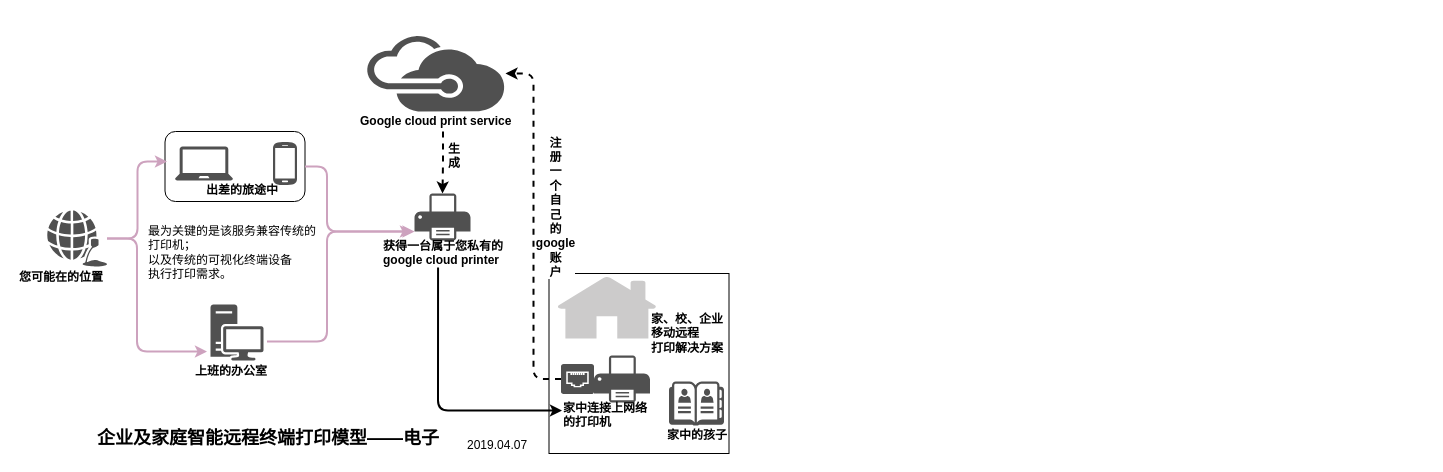
Before: 大童保险服务.drawio in UTOUUCENTER-CD/draw.io, a draw.io diagram. Source tidied: cells renumbered, new cells numbered last; positions are measured from the earlier drawing's top-left corner, leaving out a move shared by most shapes. Both pictures are drawn from the tidied source at 100%, with x=0, y=0 at pixel (17, 35).
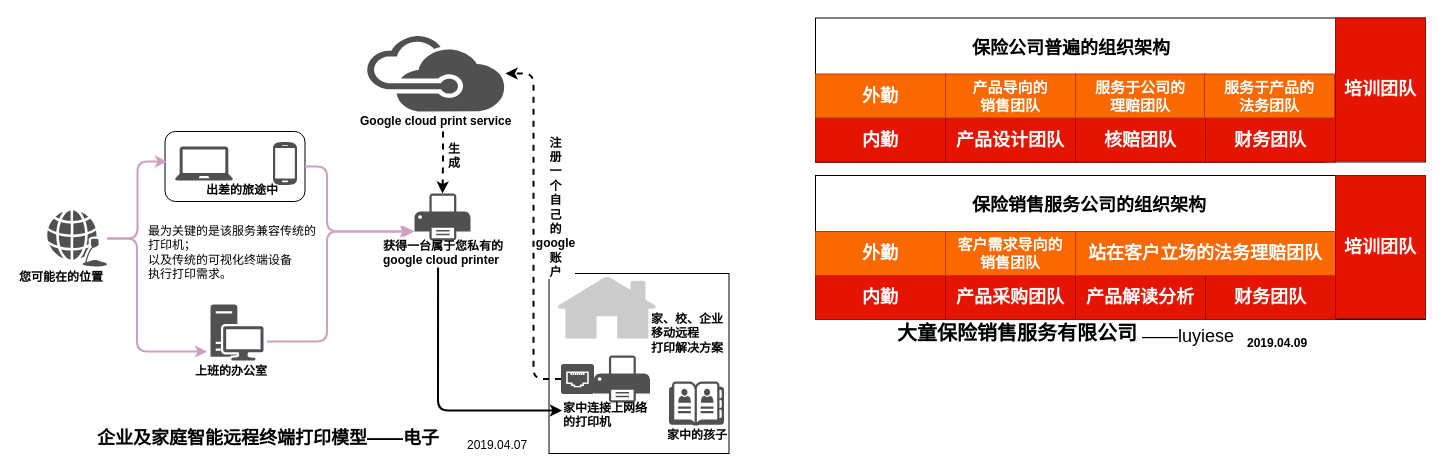
The same page after the edit.

Commit message:
Update 大童保险服务.drawio

Diff of the diagram source:
```diff
@@
+    <mxCell id="43" style="group;" parent="1" vertex="1">
+      <mxGeometry x="798" y="-17.5" width="610" height="335" as="geometry" />
+    </mxCell>
+    <mxCell id="44" value="&lt;span&gt;&lt;font style=&quot;font-size: 20px&quot;&gt;&lt;b&gt;大童保险销售服务有限公司&lt;/b&gt;&lt;/font&gt;&lt;/span&gt;" style="text;html=1;align=left;verticalAlign=top;spacingTop=-4;fontSize=20;" parent="43" vertex="1">
+      <mxGeometry x="80" y="300" width="260" height="30" as="geometry" />
+    </mxCell>
+    <mxCell id="45" value="&lt;font style=&quot;font-size: 18px&quot;&gt;——luyiese&lt;/font&gt;" style="text;html=1;align=left;verticalAlign=top;spacingTop=-4;" parent="43" vertex="1">
+      <mxGeometry x="325" y="305" width="110" height="20" as="geometry" />
+    </mxCell>
+    <mxCell id="46" value="&lt;b&gt;2019.04.09&lt;/b&gt;" style="text;html=1;align=left;verticalAlign=top;spacingTop=-4;" parent="43" vertex="1">
+      <mxGeometry x="430" y="315" width="80" height="20" as="geometry" />
+    </mxCell>
+    <mxCell id="47" style="group;" parent="43" vertex="1">
+      <mxGeometry width="610" height="301.5" as="geometry" />
+    </mxCell>
+    <mxCell id="48" style="group;" parent="47" vertex="1">
+      <mxGeometry width="610" height="144" as="geometry" />
+    </mxCell>
+    <mxCell id="49" style="rounded=0;whiteSpace=wrap;html=1;fontStyle=1;" parent="48" vertex="1">
+      <mxGeometry width="610" height="144" as="geometry" />
+    </mxCell>
+    <mxCell id="50" style="rounded=0;whiteSpace=wrap;html=1;fontStyle=1;" parent="48" vertex="1">
+      <mxGeometry y="100" width="510" height="44" as="geometry" />
+    </mxCell>
+    <mxCell id="51" value="&lt;font style=&quot;font-size: 18px&quot;&gt;内勤&lt;/font&gt;" style="rounded=0;whiteSpace=wrap;html=1;fillColor=#e51400;strokeColor=#B20000;fontColor=#ffffff;fontStyle=1;" parent="48" vertex="1">
+      <mxGeometry y="100" width="130" height="44" as="geometry" />
+    </mxCell>
+    <mxCell id="52" value="&lt;font style=&quot;font-size: 18px&quot;&gt;产品设计团队&lt;/font&gt;" style="rounded=0;whiteSpace=wrap;html=1;fillColor=#e51400;strokeColor=#B20000;fontColor=#ffffff;fontStyle=1;" parent="48" vertex="1">
+      <mxGeometry x="130" y="100" width="130" height="44" as="geometry" />
+    </mxCell>
+    <mxCell id="53" value="&lt;font style=&quot;font-size: 18px&quot;&gt;核赔团队&lt;/font&gt;" style="rounded=0;whiteSpace=wrap;html=1;fillColor=#e51400;strokeColor=#B20000;fontColor=#ffffff;fontStyle=1;" parent="48" vertex="1">
+      <mxGeometry x="260" y="100" width="130" height="44" as="geometry" />
+    </mxCell>
+    <mxCell id="54" value="&lt;font style=&quot;font-size: 18px&quot;&gt;财务团队&lt;/font&gt;" style="rounded=0;whiteSpace=wrap;html=1;fillColor=#e51400;strokeColor=#B20000;fontColor=#ffffff;fontStyle=1;fontSize=15;" parent="48" vertex="1">
+      <mxGeometry x="390" y="100" width="130" height="44" as="geometry" />
+    </mxCell>
+    <mxCell id="55" value="&lt;font style=&quot;font-size: 18px&quot;&gt;外勤&lt;/font&gt;" style="rounded=0;whiteSpace=wrap;html=1;fillColor=#fa6800;strokeColor=#C73500;fontColor=#ffffff;fontStyle=1;" parent="48" vertex="1">
+      <mxGeometry y="56" width="130" height="44" as="geometry" />
+    </mxCell>
+    <mxCell id="56" value="&lt;font style=&quot;font-size: 15px&quot;&gt;产品导向的&lt;br&gt;销售团队&lt;/font&gt;" style="rounded=0;whiteSpace=wrap;html=1;fillColor=#fa6800;strokeColor=#C73500;fontColor=#ffffff;fontStyle=1;" parent="48" vertex="1">
+      <mxGeometry x="130" y="56" width="130" height="44" as="geometry" />
+    </mxCell>
+    <mxCell id="57" value="&lt;font style=&quot;font-size: 15px&quot;&gt;服务于公司的&lt;br&gt;理赔团队&lt;/font&gt;" style="rounded=0;whiteSpace=wrap;html=1;fillColor=#fa6800;strokeColor=#C73500;fontColor=#ffffff;fontStyle=1;" parent="48" vertex="1">
+      <mxGeometry x="260" y="56" width="130" height="44" as="geometry" />
+    </mxCell>
+    <mxCell id="58" value="&lt;font style=&quot;font-size: 15px&quot;&gt;服务于产品的&lt;br&gt;法务团队&lt;/font&gt;" style="rounded=0;whiteSpace=wrap;html=1;fillColor=#fa6800;strokeColor=#C73500;fontColor=#ffffff;fontStyle=1;" parent="48" vertex="1">
+      <mxGeometry x="389" y="56" width="130" height="44" as="geometry" />
+    </mxCell>
+    <mxCell id="59" value="&lt;font style=&quot;font-size: 18px&quot;&gt;培训团队&lt;/font&gt;" style="rounded=0;whiteSpace=wrap;html=1;fillColor=#e51400;strokeColor=#B20000;fontColor=#ffffff;fontStyle=1;" parent="48" vertex="1">
+      <mxGeometry x="520" width="90" height="143" as="geometry" />
+    </mxCell>
+    <mxCell id="60" value="&lt;span&gt;&lt;font style=&quot;font-size: 18px&quot;&gt;保险公司普遍的组织架构&lt;/font&gt;&lt;/span&gt;" style="text;html=1;align=left;verticalAlign=top;spacingTop=-4;fontStyle=1;" parent="48" vertex="1">
+      <mxGeometry x="155" y="17" width="210" height="20" as="geometry" />
+    </mxCell>
+    <mxCell id="61" style="group;" parent="47" vertex="1">
+      <mxGeometry y="157.5" width="610" height="144" as="geometry" />
+    </mxCell>
+    <mxCell id="62" style="rounded=0;whiteSpace=wrap;html=1;fontStyle=1;" parent="61" vertex="1">
+      <mxGeometry width="610" height="144" as="geometry" />
+    </mxCell>
+    <mxCell id="63" style="rounded=0;whiteSpace=wrap;html=1;fontStyle=1;" parent="61" vertex="1">
+      <mxGeometry y="100" width="510" height="44" as="geometry" />
+    </mxCell>
+    <mxCell id="64" value="&lt;font style=&quot;font-size: 18px&quot;&gt;内勤&lt;/font&gt;" style="rounded=0;whiteSpace=wrap;html=1;fillColor=#e51400;strokeColor=#B20000;fontColor=#ffffff;fontStyle=1;" parent="61" vertex="1">
+      <mxGeometry y="100" width="130" height="44" as="geometry" />
+    </mxCell>
+    <mxCell id="65" value="&lt;font style=&quot;font-size: 18px&quot;&gt;产品采购团队&lt;/font&gt;" style="rounded=0;whiteSpace=wrap;html=1;fillColor=#e51400;strokeColor=#B20000;fontColor=#ffffff;fontStyle=1;" parent="61" vertex="1">
+      <mxGeometry x="130" y="100" width="130" height="44" as="geometry" />
+    </mxCell>
+    <mxCell id="66" value="&lt;font style=&quot;font-size: 18px&quot;&gt;产品解读分析&lt;/font&gt;" style="rounded=0;whiteSpace=wrap;html=1;fillColor=#e51400;strokeColor=#B20000;fontColor=#ffffff;fontStyle=1;" parent="61" vertex="1">
+      <mxGeometry x="260" y="100" width="130" height="44" as="geometry" />
+    </mxCell>
+    <mxCell id="67" value="&lt;font style=&quot;font-size: 18px&quot;&gt;财务团队&lt;/font&gt;" style="rounded=0;whiteSpace=wrap;html=1;fillColor=#e51400;strokeColor=#B20000;fontColor=#ffffff;fontStyle=1;" parent="61" vertex="1">
+      <mxGeometry x="390" y="100" width="130" height="44" as="geometry" />
+    </mxCell>
+    <mxCell id="68" value="&lt;font style=&quot;font-size: 18px&quot;&gt;外勤&lt;/font&gt;" style="rounded=0;whiteSpace=wrap;html=1;fillColor=#fa6800;strokeColor=#C73500;fontColor=#ffffff;fontStyle=1;" parent="61" vertex="1">
+      <mxGeometry y="56" width="130" height="44" as="geometry" />
+    </mxCell>
+    <mxCell id="69" value="&lt;font style=&quot;font-size: 15px&quot;&gt;客户需求导向的&lt;br&gt;销售团队&lt;/font&gt;" style="rounded=0;whiteSpace=wrap;html=1;fillColor=#fa6800;strokeColor=#C73500;fontColor=#ffffff;fontStyle=1;" parent="61" vertex="1">
+      <mxGeometry x="130" y="56" width="130" height="44" as="geometry" />
+    </mxCell>
+    <mxCell id="70" value="&lt;font style=&quot;font-size: 18px&quot;&gt;站在客户立场的法务理赔团队&lt;/font&gt;" style="rounded=0;whiteSpace=wrap;html=1;fillColor=#fa6800;strokeColor=#C73500;fontColor=#ffffff;fontStyle=1;" parent="61" vertex="1">
+      <mxGeometry x="260" y="56" width="260" height="44" as="geometry" />
+    </mxCell>
+    <mxCell id="71" value="&lt;font style=&quot;font-size: 18px&quot;&gt;培训团队&lt;/font&gt;" style="rounded=0;whiteSpace=wrap;html=1;fillColor=#e51400;strokeColor=#B20000;fontColor=#ffffff;fontStyle=1;" parent="61" vertex="1">
+      <mxGeometry x="520" width="90" height="143" as="geometry" />
+    </mxCell>
+    <mxCell id="72" value="&lt;span&gt;&lt;font style=&quot;font-size: 18px&quot;&gt;保险销售服务公司的组织架构&lt;/font&gt;&lt;/span&gt;" style="text;html=1;align=left;verticalAlign=top;spacingTop=-4;fontStyle=1;" parent="61" vertex="1">
+      <mxGeometry x="155" y="17" width="250" height="20" as="geometry" />
+    </mxCell>
```
